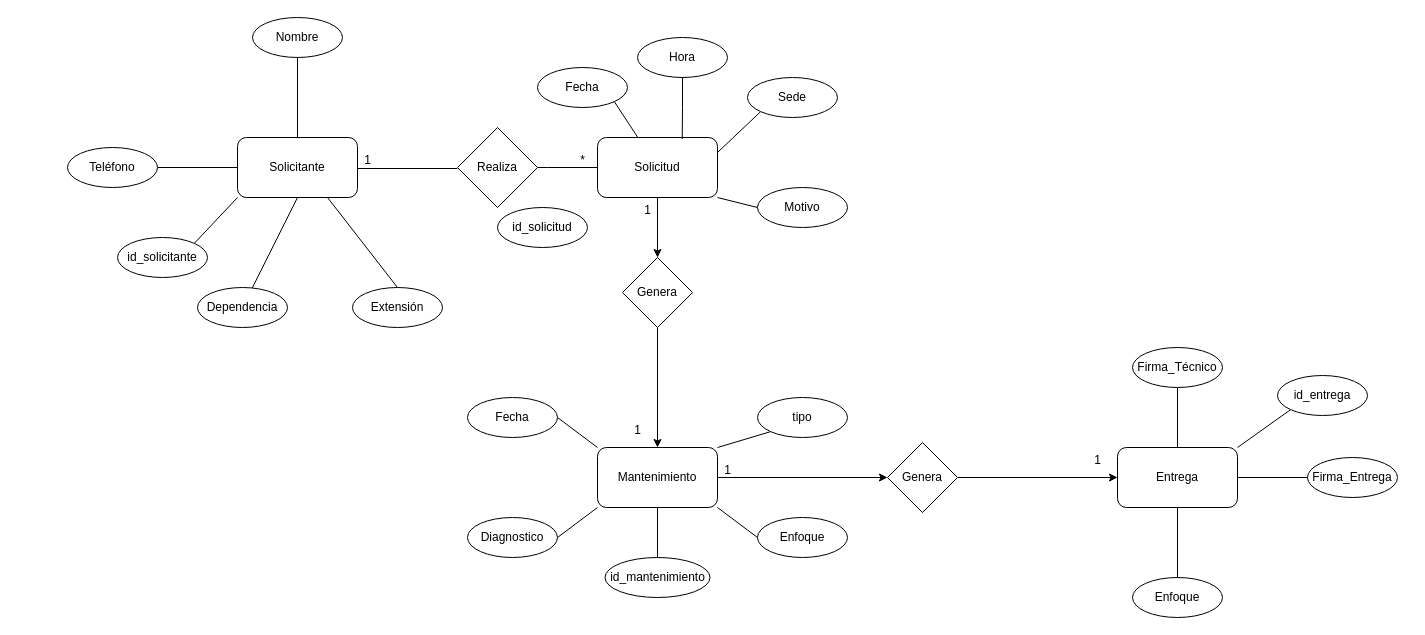
Earlier version of the draw.io diagram E-R Model Software and hardware maintenance.drawio (DevKike/maintenance_management_system). Source tidied: cells renumbered, new cells numbered last; positions are measured from the earlier drawing's top-left corner, leaving out a move shared by most shapes. Both pictures are drawn from the tidied source at 100%, with x=0, y=0 at pixel (67, 17).
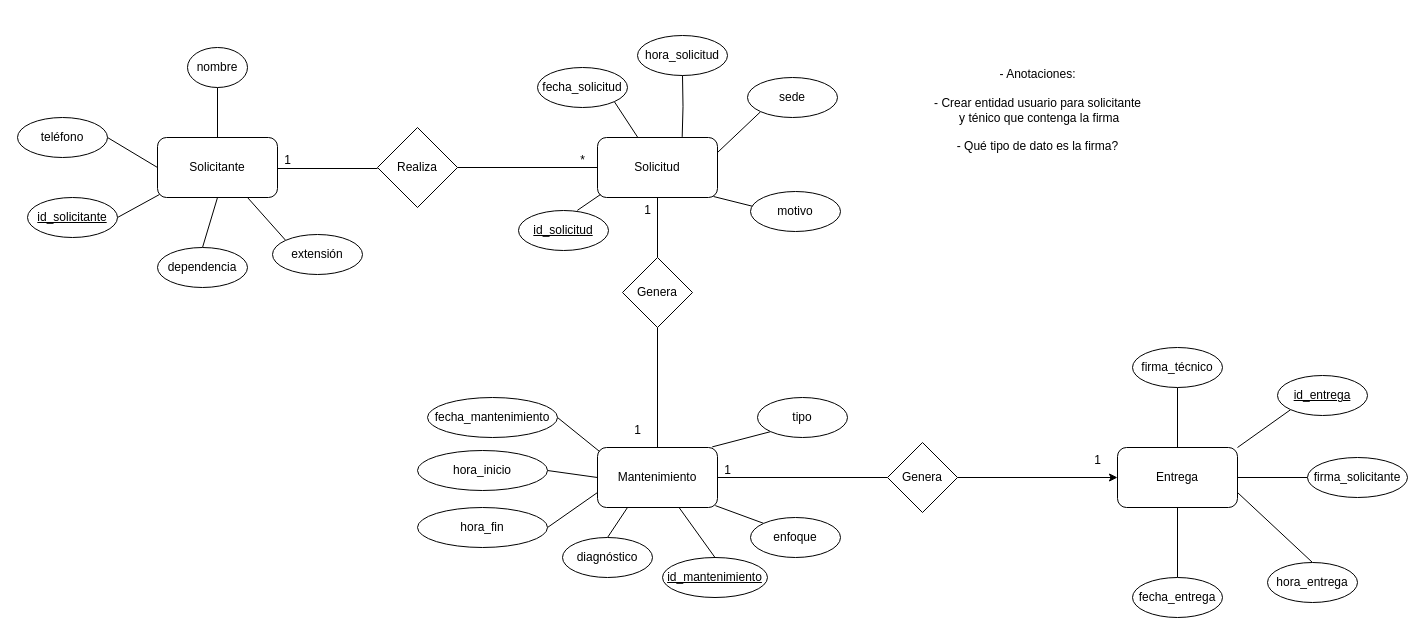
The same diagram, later.

Unchanged cells that the change refers to:
```xml
<mxCell id="7" value="Solicitud" style="rounded=1;whiteSpace=wrap;html=1;" parent="1" vertex="1">
  <mxGeometry x="530" y="120" width="120" height="60" as="geometry" />
</mxCell>
<mxCell id="11" value="Mantenimiento" style="rounded=1;whiteSpace=wrap;html=1;" parent="1" vertex="1">
  <mxGeometry x="530" y="430" width="120" height="60" as="geometry" />
</mxCell>
<mxCell id="12" value="Entrega" style="rounded=1;whiteSpace=wrap;html=1;" parent="1" vertex="1">
  <mxGeometry x="1050" y="430" width="120" height="60" as="geometry" />
</mxCell>
<mxCell id="30" value="Genera" style="rhombus;whiteSpace=wrap;html=1;" parent="1" vertex="1">
  <mxGeometry x="555" y="240" width="70" height="70" as="geometry" />
</mxCell>
<mxCell id="36" value="tipo" style="ellipse;whiteSpace=wrap;html=1;" parent="1" vertex="1">
  <mxGeometry x="690" y="380" width="90" height="40" as="geometry" />
</mxCell>
<mxCell id="38" value="Genera" style="rhombus;whiteSpace=wrap;html=1;" parent="1" vertex="1">
  <mxGeometry x="820" y="425" width="70" height="70" as="geometry" />
</mxCell>
```

What changed in the source:
```diff
@@
     <mxCell id="2" style="edgeStyle=orthogonalEdgeStyle;rounded=0;orthogonalLoop=1;jettySize=auto;html=1;endArrow=none;endFill=0;" parent="1" edge="1">
       <mxGeometry relative="1" as="geometry">
-        <mxPoint x="290" y="151" as="sourcePoint" />
-        <mxPoint x="390" y="151" as="targetPoint" />
+        <mxPoint x="210" y="151" as="sourcePoint" />
+        <mxPoint x="310" y="151" as="targetPoint" />
       </mxGeometry>
     </mxCell>
-    <mxCell id="3" style="rounded=0;jettySize=auto;html=1;exitX=0;exitY=1;exitDx=0;exitDy=0;entryX=1;entryY=0;entryDx=0;entryDy=0;endArrow=none;endFill=0;" parent="1" edge="1" source="5" target="51">
-      <mxGeometry relative="1" as="geometry" />
+    <mxCell id="3" style="rounded=0;jettySize=auto;html=1;exitX=0;exitY=1;exitDx=0;exitDy=0;entryX=1;entryY=0.5;entryDx=0;entryDy=0;endArrow=none;endFill=0;" parent="1" edge="1" target="51">
+      <mxGeometry relative="1" as="geometry">
+        <mxPoint x="92" y="177" as="sourcePoint" />
+      </mxGeometry>
     </mxCell>
-    <mxCell id="4" style="rounded=0;jettySize=auto;html=1;exitX=0.75;exitY=1;exitDx=0;exitDy=0;entryX=0.5;entryY=0;entryDx=0;entryDy=0;endArrow=none;endFill=0;" parent="1" edge="1" source="5" target="57">
+    <mxCell id="4" style="rounded=0;jettySize=auto;html=1;exitX=0.75;exitY=1;exitDx=0;exitDy=0;entryX=0;entryY=0;entryDx=0;entryDy=0;endArrow=none;endFill=0;" parent="1" edge="1" source="5" target="57">
       <mxGeometry relative="1" as="geometry" />
     </mxCell>
     <mxCell id="5" value="Solicitante" style="rounded=1;whiteSpace=wrap;html=1;" parent="1" vertex="1">
-      <mxGeometry x="170" y="120" width="120" height="60" as="geometry" />
+      <mxGeometry x="90" y="120" width="120" height="60" as="geometry" />
     </mxCell>
-    <mxCell id="6" style="edgeStyle=orthogonalEdgeStyle;rounded=0;jettySize=auto;html=1;entryX=0.5;entryY=0;entryDx=0;entryDy=0;" parent="1" edge="1" source="7" target="30">
+    <mxCell id="6" style="edgeStyle=orthogonalEdgeStyle;rounded=0;jettySize=auto;html=1;entryX=0.5;entryY=0;entryDx=0;entryDy=0;endArrow=none;endFill=0;" parent="1" edge="1" source="7" target="30">
       <mxGeometry relative="1" as="geometry" />
     </mxCell>
@@
-    <mxCell id="8" style="rounded=0;jettySize=auto;html=1;exitX=0;exitY=1;exitDx=0;exitDy=0;entryX=1;entryY=0.5;entryDx=0;entryDy=0;endArrow=none;endFill=0;" parent="1" edge="1" source="11" target="33">
+    <mxCell id="8" style="rounded=0;jettySize=auto;html=1;exitX=0.25;exitY=1;exitDx=0;exitDy=0;entryX=0.5;entryY=0;entryDx=0;entryDy=0;endArrow=none;endFill=0;" parent="1" edge="1" source="11" target="33">
       <mxGeometry relative="1" as="geometry" />
     </mxCell>
-    <mxCell id="9" style="rounded=0;jettySize=auto;html=1;exitX=0;exitY=0;exitDx=0;exitDy=0;entryX=1;entryY=0.5;entryDx=0;entryDy=0;endArrow=none;endFill=0;" parent="1" edge="1" source="11" target="34">
+    <mxCell id="9" style="rounded=0;jettySize=auto;html=1;exitX=0.023;exitY=0.076;exitDx=0;exitDy=0;entryX=1;entryY=0.5;entryDx=0;entryDy=0;endArrow=none;endFill=0;exitPerimeter=0;" parent="1" edge="1" source="11" target="34">
       <mxGeometry relative="1" as="geometry" />
     </mxCell>
-    <mxCell id="10" style="edgeStyle=orthogonalEdgeStyle;rounded=0;jettySize=auto;html=1;exitX=1;exitY=0.5;exitDx=0;exitDy=0;" parent="1" edge="1" source="11" target="38">
+    <mxCell id="10" style="edgeStyle=orthogonalEdgeStyle;rounded=0;jettySize=auto;html=1;exitX=1;exitY=0.5;exitDx=0;exitDy=0;endArrow=none;endFill=0;" parent="1" edge="1" source="11" target="38">
       <mxGeometry relative="1" as="geometry" />
     </mxCell>
@@
-    <mxCell id="13" style="edgeStyle=orthogonalEdgeStyle;rounded=0;jettySize=auto;html=1;exitX=1;exitY=0.5;exitDx=0;exitDy=0;endArrow=none;endFill=0;" parent="1" edge="1" source="15" target="5">
+    <mxCell id="13" style="rounded=0;jettySize=auto;html=1;exitX=1;exitY=0.5;exitDx=0;exitDy=0;endArrow=none;endFill=0;entryX=0;entryY=0.5;entryDx=0;entryDy=0;" parent="1" edge="1" source="15" target="5">
       <mxGeometry relative="1" as="geometry" />
     </mxCell>
-    <mxCell id="14" style="rounded=0;jettySize=auto;html=1;endArrow=none;endFill=0;exitX=0.5;exitY=1;exitDx=0;exitDy=0;" parent="1" edge="1" source="5" target="18">
+    <mxCell id="14" style="rounded=0;jettySize=auto;html=1;endArrow=none;endFill=0;exitX=0.5;exitY=1;exitDx=0;exitDy=0;entryX=0.5;entryY=0;entryDx=0;entryDy=0;" parent="1" edge="1" source="5" target="18">
       <mxGeometry relative="1" as="geometry" />
     </mxCell>
-    <mxCell id="15" value="Teléfono" style="ellipse;whiteSpace=wrap;html=1;" parent="1" vertex="1">
-      <mxGeometry y="130" width="90" height="40" as="geometry" />
+    <mxCell id="15" value="teléfono" style="ellipse;whiteSpace=wrap;html=1;" parent="1" vertex="1">
+      <mxGeometry x="-50" y="100" width="90" height="40" as="geometry" />
     </mxCell>
@@
-    <mxCell id="17" value="Nombre" style="ellipse;whiteSpace=wrap;html=1;" parent="1" vertex="1">
-      <mxGeometry x="185" width="90" height="40" as="geometry" />
+    <mxCell id="17" value="nombre" style="ellipse;whiteSpace=wrap;html=1;" parent="1" vertex="1">
+      <mxGeometry x="120" y="30" width="60" height="40" as="geometry" />
     </mxCell>
-    <mxCell id="18" value="Dependencia" style="ellipse;whiteSpace=wrap;html=1;" parent="1" vertex="1">
-      <mxGeometry x="130" y="270" width="90" height="40" as="geometry" />
+    <mxCell id="18" value="dependencia" style="ellipse;whiteSpace=wrap;html=1;" parent="1" vertex="1">
+      <mxGeometry x="90" y="230" width="90" height="40" as="geometry" />
     </mxCell>
-    <mxCell id="19" style="edgeStyle=orthogonalEdgeStyle;rounded=0;jettySize=auto;html=1;endArrow=none;endFill=0;" parent="1" edge="1" source="20" target="7">
-      <mxGeometry relative="1" as="geometry">
-        <Array as="points">
-          <mxPoint x="480" y="150" />
-          <mxPoint x="480" y="150" />
-        </Array>
-      </mxGeometry>
+    <mxCell id="19" style="edgeStyle=orthogonalEdgeStyle;rounded=0;jettySize=auto;html=1;endArrow=none;endFill=0;exitX=1;exitY=0.5;exitDx=0;exitDy=0;" parent="1" edge="1" source="20" target="7">
+      <mxGeometry relative="1" as="geometry" />
     </mxCell>
     <mxCell id="20" value="Realiza" style="rhombus;whiteSpace=wrap;html=1;" parent="1" vertex="1">
-      <mxGeometry x="390" y="110" width="80" height="80" as="geometry" />
+      <mxGeometry x="310" y="110" width="80" height="80" as="geometry" />
     </mxCell>
-    <mxCell id="21" value="Hora" style="ellipse;whiteSpace=wrap;html=1;" parent="1" vertex="1">
-      <mxGeometry x="570" y="20" width="90" height="40" as="geometry" />
+    <mxCell id="21" value="hora_solicitud" style="ellipse;whiteSpace=wrap;html=1;" parent="1" vertex="1">
+      <mxGeometry x="570" y="18" width="90" height="40" as="geometry" />
     </mxCell>
@@
-    <mxCell id="23" value="Fecha" style="ellipse;whiteSpace=wrap;html=1;" parent="1" vertex="1">
+    <mxCell id="23" value="fecha_solicitud" style="ellipse;whiteSpace=wrap;html=1;" parent="1" vertex="1">
       <mxGeometry x="470" y="50" width="90" height="40" as="geometry" />
     </mxCell>
-    <mxCell id="24" style="edgeStyle=orthogonalEdgeStyle;rounded=0;jettySize=auto;html=1;entryX=0.706;entryY=0.024;entryDx=0;entryDy=0;entryPerimeter=0;endArrow=none;endFill=0;" parent="1" edge="1" source="21" target="7">
-      <mxGeometry relative="1" as="geometry" />
+    <mxCell id="24" style="edgeStyle=orthogonalEdgeStyle;rounded=0;orthogonalLoop=1;jettySize=auto;html=1;entryX=0.706;entryY=0.024;entryDx=0;entryDy=0;entryPerimeter=0;endArrow=none;endFill=0;" parent="1" edge="1">
+      <mxGeometry relative="1" as="geometry">
+        <mxPoint x="615" y="58" as="sourcePoint" />
+        <mxPoint x="614.7" y="119.4" as="targetPoint" />
+      </mxGeometry>
     </mxCell>
@@
-    <mxCell id="26" value="Sede" style="ellipse;whiteSpace=wrap;html=1;" parent="1" vertex="1">
+    <mxCell id="26" value="sede" style="ellipse;whiteSpace=wrap;html=1;" parent="1" vertex="1">
       <mxGeometry x="680" y="60" width="90" height="40" as="geometry" />
     </mxCell>
-    <mxCell id="27" style="rounded=0;jettySize=auto;html=1;exitX=0;exitY=0.5;exitDx=0;exitDy=0;endArrow=none;endFill=0;" parent="1" edge="1" source="28">
+    <mxCell id="27" style="rounded=0;orthogonalLoop=1;jettySize=auto;html=1;exitX=0;exitY=0.5;exitDx=0;exitDy=0;endArrow=none;endFill=0;" parent="1" edge="1">
       <mxGeometry relative="1" as="geometry">
-        <mxPoint x="650" y="180" as="targetPoint" />
+        <mxPoint x="686" y="189" as="sourcePoint" />
+        <mxPoint x="646" y="179" as="targetPoint" />
       </mxGeometry>
     </mxCell>
-    <mxCell id="28" value="Motivo" style="ellipse;whiteSpace=wrap;html=1;" parent="1" vertex="1">
-      <mxGeometry x="690" y="170" width="90" height="40" as="geometry" />
+    <mxCell id="28" value="motivo" style="ellipse;whiteSpace=wrap;html=1;" parent="1" vertex="1">
+      <mxGeometry x="683" y="174" width="90" height="40" as="geometry" />
     </mxCell>
-    <mxCell id="29" style="edgeStyle=orthogonalEdgeStyle;rounded=0;jettySize=auto;html=1;" parent="1" edge="1" source="30" target="11">
+    <mxCell id="29" style="edgeStyle=orthogonalEdgeStyle;rounded=0;jettySize=auto;html=1;endArrow=none;endFill=0;" parent="1" edge="1" source="30" target="11">
       <mxGeometry relative="1" as="geometry" />
     </mxCell>
@@
-    <mxCell id="31" style="rounded=0;jettySize=auto;html=1;exitX=0;exitY=0.5;exitDx=0;exitDy=0;entryX=1;entryY=1;entryDx=0;entryDy=0;endArrow=none;endFill=0;" parent="1" edge="1" source="32" target="11">
-      <mxGeometry relative="1" as="geometry" />
+    <mxCell id="31" style="rounded=0;jettySize=auto;html=1;exitX=0;exitY=0;exitDx=0;exitDy=0;entryX=0.965;entryY=0.952;entryDx=0;entryDy=0;endArrow=none;endFill=0;entryPerimeter=0;" parent="1" edge="1" source="32">
+      <mxGeometry relative="1" as="geometry">
+        <mxPoint x="647.8" y="488.1" as="targetPoint" />
+      </mxGeometry>
     </mxCell>
-    <mxCell id="32" value="Enfoque" style="ellipse;whiteSpace=wrap;html=1;" parent="1" vertex="1">
-      <mxGeometry x="690" y="500" width="90" height="40" as="geometry" />
+    <mxCell id="32" value="enfoque" style="ellipse;whiteSpace=wrap;html=1;" parent="1" vertex="1">
+      <mxGeometry x="683" y="500" width="90" height="40" as="geometry" />
     </mxCell>
-    <mxCell id="33" value="Diagnostico" style="ellipse;whiteSpace=wrap;html=1;" parent="1" vertex="1">
-      <mxGeometry x="400" y="500" width="90" height="40" as="geometry" />
+    <mxCell id="33" value="diagnóstico" style="ellipse;whiteSpace=wrap;html=1;" parent="1" vertex="1">
+      <mxGeometry x="495" y="520" width="90" height="40" as="geometry" />
     </mxCell>
-    <mxCell id="34" value="Fecha" style="ellipse;whiteSpace=wrap;html=1;" parent="1" vertex="1">
-      <mxGeometry x="400" y="380" width="90" height="40" as="geometry" />
+    <mxCell id="34" value="fecha_mantenimiento" style="ellipse;whiteSpace=wrap;html=1;" parent="1" vertex="1">
+      <mxGeometry x="360" y="380" width="130" height="40" as="geometry" />
     </mxCell>
-    <mxCell id="35" style="rounded=0;jettySize=auto;html=1;exitX=0;exitY=1;exitDx=0;exitDy=0;entryX=1;entryY=0;entryDx=0;entryDy=0;endArrow=none;endFill=0;" parent="1" edge="1" source="36" target="11">
+    <mxCell id="35" style="rounded=0;jettySize=auto;html=1;exitX=0;exitY=1;exitDx=0;exitDy=0;entryX=0.956;entryY=-0.01;entryDx=0;entryDy=0;endArrow=none;endFill=0;entryPerimeter=0;" parent="1" edge="1" source="36" target="11">
       <mxGeometry relative="1" as="geometry" />
     </mxCell>
@@
-    <mxCell id="40" value="Firma_Entrega" style="ellipse;whiteSpace=wrap;html=1;" parent="1" vertex="1">
-      <mxGeometry x="1240" y="440" width="90" height="40" as="geometry" />
+    <mxCell id="40" value="firma_solicitante" style="ellipse;whiteSpace=wrap;html=1;" parent="1" vertex="1">
+      <mxGeometry x="1240" y="440" width="100" height="40" as="geometry" />
     </mxCell>
@@
-    <mxCell id="42" value="Enfoque" style="ellipse;whiteSpace=wrap;html=1;" parent="1" vertex="1">
+    <mxCell id="42" value="fecha_entrega" style="ellipse;whiteSpace=wrap;html=1;" parent="1" vertex="1">
       <mxGeometry x="1065" y="560" width="90" height="40" as="geometry" />
     </mxCell>
@@
-    <mxCell id="44" value="Firma_Técnico" style="ellipse;whiteSpace=wrap;html=1;" parent="1" vertex="1">
+    <mxCell id="44" value="firma_técnico" style="ellipse;whiteSpace=wrap;html=1;" parent="1" vertex="1">
       <mxGeometry x="1065" y="330" width="90" height="40" as="geometry" />
     </mxCell>
     <mxCell id="45" value="1" style="text;html=1;align=center;verticalAlign=middle;strokeColor=none;fillColor=none;" parent="1" vertex="1">
-      <mxGeometry x="285" y="128" width="30" height="30" as="geometry" />
+      <mxGeometry x="205" y="128" width="30" height="30" as="geometry" />
     </mxCell>
@@
-    <mxCell id="51" value="id_solicitante" style="ellipse;whiteSpace=wrap;html=1;" parent="1" vertex="1">
-      <mxGeometry x="50" y="220" width="90" height="40" as="geometry" />
+    <mxCell id="51" value="&lt;u&gt;id_solicitante&lt;/u&gt;" style="ellipse;whiteSpace=wrap;html=1;" parent="1" vertex="1">
+      <mxGeometry x="-40" y="180" width="90" height="40" as="geometry" />
     </mxCell>
-    <mxCell id="52" value="id_solicitud" style="ellipse;whiteSpace=wrap;html=1;" parent="1" vertex="1">
-      <mxGeometry x="430" y="190" width="90" height="40" as="geometry" />
+    <mxCell id="52" value="&lt;u&gt;id_solicitud&lt;/u&gt;" style="ellipse;whiteSpace=wrap;html=1;" parent="1" vertex="1">
+      <mxGeometry x="451" y="193" width="90" height="40" as="geometry" />
     </mxCell>
@@
-    <mxCell id="54" value="id_mantenimiento" style="ellipse;whiteSpace=wrap;html=1;" parent="1" vertex="1">
-      <mxGeometry x="537.5" y="540" width="105" height="40" as="geometry" />
+    <mxCell id="54" value="&lt;u&gt;id_mantenimiento&lt;/u&gt;" style="ellipse;whiteSpace=wrap;html=1;" parent="1" vertex="1">
+      <mxGeometry x="595" y="540" width="105" height="40" as="geometry" />
     </mxCell>
@@
-    <mxCell id="56" value="id_entrega" style="ellipse;whiteSpace=wrap;html=1;" parent="1" vertex="1">
+    <mxCell id="56" value="&lt;u&gt;id_entrega&lt;/u&gt;" style="ellipse;whiteSpace=wrap;html=1;" parent="1" vertex="1">
       <mxGeometry x="1210" y="358" width="90" height="40" as="geometry" />
     </mxCell>
-    <mxCell id="57" value="Extensión" style="ellipse;whiteSpace=wrap;html=1;" parent="1" vertex="1">
-      <mxGeometry x="285" y="270" width="90" height="40" as="geometry" />
+    <mxCell id="57" value="extensión" style="ellipse;whiteSpace=wrap;html=1;" parent="1" vertex="1">
+      <mxGeometry x="205" y="217" width="90" height="40" as="geometry" />
     </mxCell>
+    <mxCell id="58" style="rounded=0;orthogonalLoop=1;jettySize=auto;html=1;entryX=1;entryY=0;entryDx=0;entryDy=0;endArrow=none;endFill=0;exitX=0;exitY=1;exitDx=0;exitDy=0;" parent="1" edge="1">
+      <mxGeometry relative="1" as="geometry">
+        <mxPoint x="533" y="177" as="sourcePoint" />
+        <mxPoint x="509.8" y="192.9" as="targetPoint" />
+      </mxGeometry>
+    </mxCell>
+    <mxCell id="59" value="- Anotaciones:&lt;div&gt;&lt;br&gt;&lt;/div&gt;&lt;div&gt;- Crear entidad usuario para solicitante&lt;/div&gt;&lt;div&gt;&amp;nbsp;y ténico que contenga la firma&lt;/div&gt;&lt;div&gt;&lt;br&gt;&lt;/div&gt;&lt;div&gt;- Qué tipo de dato es la firma?&lt;/div&gt;" style="text;html=1;align=center;verticalAlign=middle;strokeColor=none;fillColor=none;" parent="1" vertex="1">
+      <mxGeometry x="855" y="43" width="230" height="100" as="geometry" />
+    </mxCell>
+    <mxCell id="60" style="rounded=0;jettySize=auto;html=1;exitX=0.5;exitY=0;exitDx=0;exitDy=0;endArrow=none;endFill=0;entryX=1;entryY=0.75;entryDx=0;entryDy=0;" parent="1" edge="1" source="61" target="12">
+      <mxGeometry relative="1" as="geometry" />
+    </mxCell>
+    <mxCell id="61" value="hora_entrega" style="ellipse;whiteSpace=wrap;html=1;" parent="1" vertex="1">
+      <mxGeometry x="1200" y="545" width="90" height="40" as="geometry" />
+    </mxCell>
+    <mxCell id="62" style="rounded=0;jettySize=auto;html=1;exitX=0;exitY=0.5;exitDx=0;exitDy=0;entryX=1;entryY=0.5;entryDx=0;entryDy=0;endArrow=none;endFill=0;" parent="1" edge="1" source="11" target="63">
+      <mxGeometry relative="1" as="geometry" />
+    </mxCell>
+    <mxCell id="63" value="hora_inicio" style="ellipse;whiteSpace=wrap;html=1;" parent="1" vertex="1">
+      <mxGeometry x="350" y="433" width="130" height="40" as="geometry" />
+    </mxCell>
+    <mxCell id="64" style="rounded=0;jettySize=auto;html=1;exitX=0;exitY=0.75;exitDx=0;exitDy=0;entryX=1;entryY=0.5;entryDx=0;entryDy=0;endArrow=none;endFill=0;" parent="1" edge="1" source="11" target="65">
+      <mxGeometry relative="1" as="geometry" />
+    </mxCell>
+    <mxCell id="65" value="hora_fin" style="ellipse;whiteSpace=wrap;html=1;" parent="1" vertex="1">
+      <mxGeometry x="350" y="490" width="130" height="40" as="geometry" />
+    </mxCell>
```
